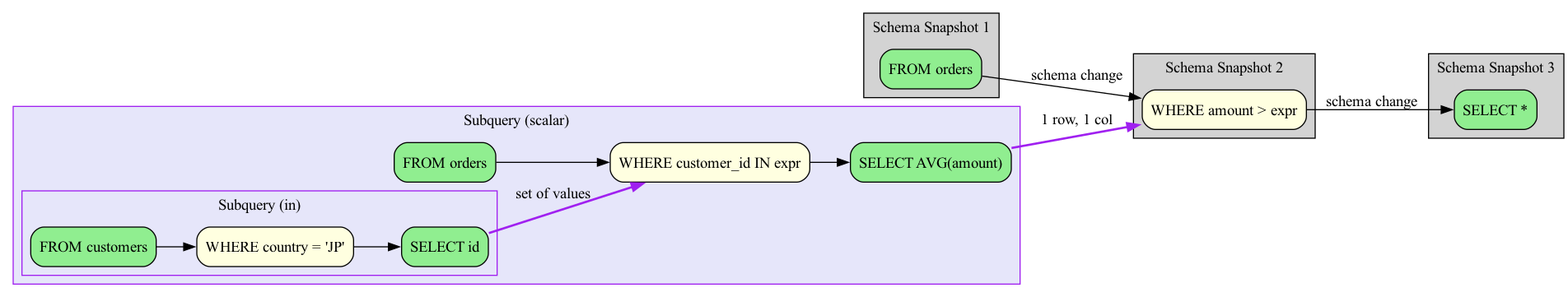
Above: examples/nested_subquery_schema.png in rot1024/sqloflow (Graphviz), before the change. Its source is kept beside it as examples/nested_subquery_schema.dot. The source it was exported from:
```dot
digraph sqloflow {
  rankdir=LR;
  node [shape=box, style=rounded];

  subgraph cluster_0 {
    label="Schema Snapshot 1";
    style=filled;
    fillcolor=lightgray;
    node_0 [label="FROM orders", fillcolor=lightgreen, style="filled,rounded"];
  }
  subgraph cluster_1 {
    label="Schema Snapshot 2";
    style=filled;
    fillcolor=lightgray;
    node_1 [label="WHERE amount > expr", fillcolor=lightyellow, style="filled,rounded"];
  }
  subgraph cluster_2 {
    label="Schema Snapshot 3";
    style=filled;
    fillcolor=lightgray;
    node_3 [label="SELECT *", fillcolor=lightgreen, style="filled,rounded"];
  }

  subgraph cluster_node_2 {
    label="Subquery (scalar)";
    style=filled;
    fillcolor=lavender;
    color=purple;
    subq_0_node_0 [label="FROM orders", fillcolor=lightgreen, style="filled,rounded"];
    subq_0_node_1 [label="WHERE customer_id IN expr", fillcolor=lightyellow, style="filled,rounded"];
    subgraph cluster_subq_0_node_2 {
      label="Subquery (in)";
      style=filled;
      fillcolor=lavender;
      color=purple;
      subq_1_node_0 [label="FROM customers", fillcolor=lightgreen, style="filled,rounded"];
      subq_1_node_1 [label="WHERE country = 'JP'", fillcolor=lightyellow, style="filled,rounded"];
      subq_1_node_2 [label="SELECT id", fillcolor=lightgreen, style="filled,rounded"];
      subq_1_node_0 -> subq_1_node_1 [color=black];
      subq_1_node_1 -> subq_1_node_2 [color=black];
    }
    subq_1_node_2 -> subq_0_node_1 [color=purple, style=bold, label="set of values"];
    subq_0_node_3 [label="SELECT AVG(amount)", fillcolor=lightgreen, style="filled,rounded"];
    subq_0_node_0 -> subq_0_node_1 [color=black];
    subq_0_node_1 -> subq_0_node_3 [color=black];
  }
  subq_0_node_3 -> node_1 [color=purple, style=bold, label="1 row, 1 col"];

  node_0 -> node_1 [color=black, label="schema change"];
  node_1 -> node_3 [color=black, label="schema change"];
}
```
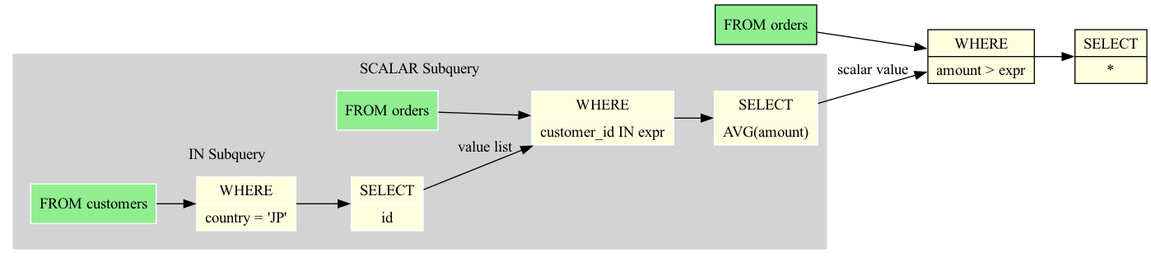
The same diagram one commit later.

The edit, as a diff of the source:
```diff
@@ -1,51 +1,38 @@
-digraph sqloflow {
+digraph schema_flow {
   rankdir=LR;
-  node [shape=box, style=rounded];
+  node [shape=record];
 
-  subgraph cluster_0 {
-    label="Schema Snapshot 1";
-    style=filled;
-    fillcolor=lightgray;
-    node_0 [label="FROM orders", fillcolor=lightgreen, style="filled,rounded"];
-  }
-  subgraph cluster_1 {
-    label="Schema Snapshot 2";
-    style=filled;
-    fillcolor=lightgray;
-    node_1 [label="WHERE amount > expr", fillcolor=lightyellow, style="filled,rounded"];
-  }
-  subgraph cluster_2 {
-    label="Schema Snapshot 3";
-    style=filled;
-    fillcolor=lightgray;
-    node_3 [label="SELECT *", fillcolor=lightgreen, style="filled,rounded"];
-  }
+  node_0 [label="FROM orders", style=filled, fillcolor=lightgreen];
+
+  node_1 [label="WHERE|amount \> expr", style=filled, fillcolor=lightyellow];
+  node_3 [label="SELECT|*", style=filled, fillcolor=lightyellow];
+
+
+  node_0 -> node_1;
+  node_1 -> node_3;
 
   subgraph cluster_node_2 {
-    label="Subquery (scalar)";
+    label="SCALAR Subquery";
     style=filled;
-    fillcolor=lavender;
-    color=purple;
-    subq_0_node_0 [label="FROM orders", fillcolor=lightgreen, style="filled,rounded"];
-    subq_0_node_1 [label="WHERE customer_id IN expr", fillcolor=lightyellow, style="filled,rounded"];
-    subgraph cluster_subq_0_node_2 {
-      label="Subquery (in)";
-      style=filled;
-      fillcolor=lavender;
-      color=purple;
-      subq_1_node_0 [label="FROM customers", fillcolor=lightgreen, style="filled,rounded"];
-      subq_1_node_1 [label="WHERE country = 'JP'", fillcolor=lightyellow, style="filled,rounded"];
-      subq_1_node_2 [label="SELECT id", fillcolor=lightgreen, style="filled,rounded"];
-      subq_1_node_0 -> subq_1_node_1 [color=black];
-      subq_1_node_1 -> subq_1_node_2 [color=black];
+    color=lightgrey;
+    node [style=filled,color=white];
+    subq_0_node_0 [label="FROM orders", style=filled, fillcolor=lightgreen];
+    subq_0_node_2 [label="WHERE|customer_id IN expr", style=filled, fillcolor=lightyellow];
+    subq_0_node_4 [label="SELECT|AVG(amount)", style=filled, fillcolor=lightyellow];
+    subq_0_node_0 -> subq_0_node_2;
+    subq_0_node_2 -> subq_0_node_4;
+    subgraph cluster_subq_0_node_3 {
+    label="IN Subquery";
+    style=filled;
+    color=lightgrey;
+    node [style=filled,color=white];
+    subq_1_node_0 [label="FROM customers", style=filled, fillcolor=lightgreen];
+    subq_1_node_1 [label="WHERE|country = 'JP'", style=filled, fillcolor=lightyellow];
+    subq_1_node_2 [label="SELECT|id", style=filled, fillcolor=lightyellow];
+    subq_1_node_0 -> subq_1_node_1;
+    subq_1_node_1 -> subq_1_node_2;
     }
-    subq_1_node_2 -> subq_0_node_1 [color=purple, style=bold, label="set of values"];
-    subq_0_node_3 [label="SELECT AVG(amount)", fillcolor=lightgreen, style="filled,rounded"];
-    subq_0_node_0 -> subq_0_node_1 [color=black];
-    subq_0_node_1 -> subq_0_node_3 [color=black];
+    subq_1_node_2 -> subq_0_node_2 [label="value list"];
   }
-  subq_0_node_3 -> node_1 [color=purple, style=bold, label="1 row, 1 col"];
-
-  node_0 -> node_1 [color=black, label="schema change"];
-  node_1 -> node_3 [color=black, label="schema change"];
+  subq_0_node_4 -> node_1 [label="scalar value"];
 }
```
